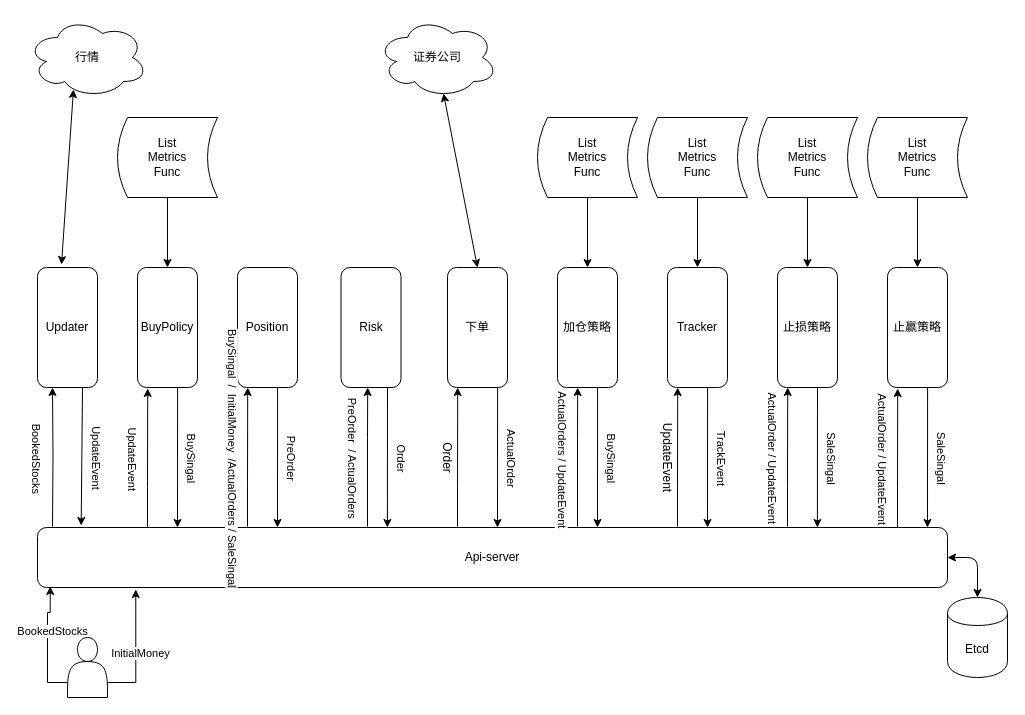
charlesren/eagle keeps this draw.io diagram as b.drawio. Above is the earlier version. Source tidied: cells renumbered, new cells numbered last; positions are measured from the earlier drawing's top-left corner, leaving out a move shared by most shapes. Both pictures are drawn from the tidied source at 100%, with x=0, y=0 at pixel (27, 17).
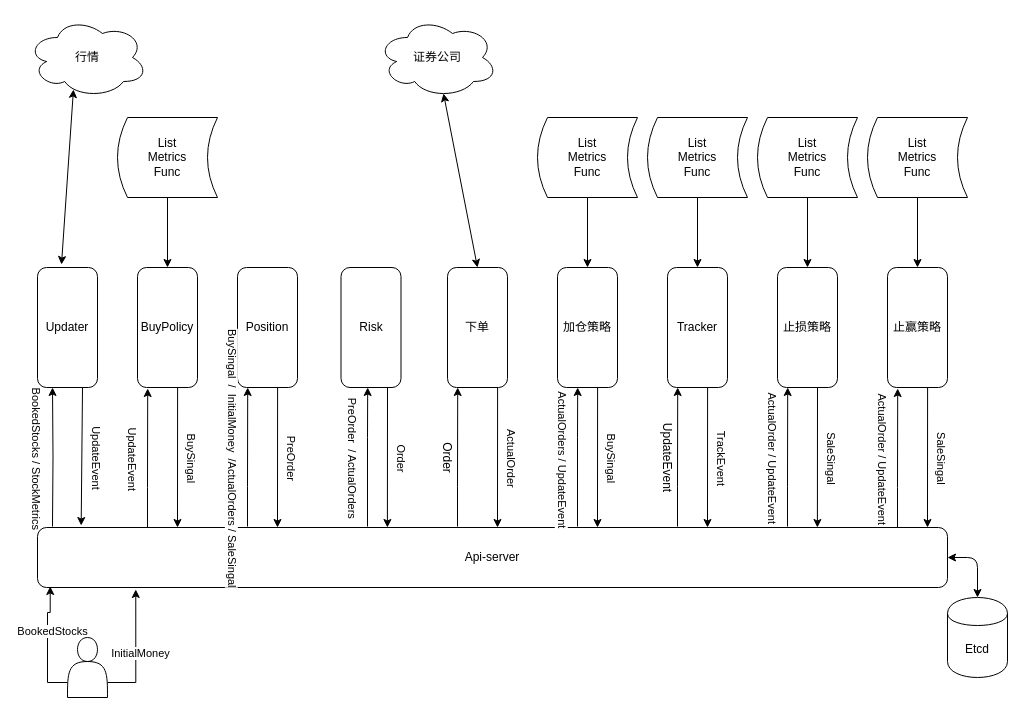
The same page after the edit.

Unchanged cells that the change refers to:
```xml
<mxCell id="10" style="edgeStyle=orthogonalEdgeStyle;rounded=0;jettySize=auto;html=1;entryX=1;entryY=0.75;entryDx=0;entryDy=0;" parent="1" edge="1" target="2">
  <mxGeometry relative="1" as="geometry">
    <mxPoint x="25" y="509" as="sourcePoint" />
  </mxGeometry>
</mxCell>
```

What changed in the source:
```diff
@@
-    <mxCell id="11" value="BookedStocks" style="edgeLabel;html=1;align=center;verticalAlign=middle;rotation=90;" parent="10" vertex="1">
+    <mxCell id="11" value="BookedStocks / StockMetrics" style="edgeLabel;html=1;align=center;verticalAlign=middle;rotation=90;" parent="10" vertex="1">
       <mxGeometry x="0.02" y="-1" relative="1" as="geometry">
         <mxPoint x="-16" y="1.8" as="offset" />
       </mxGeometry>
     </mxCell>
```
